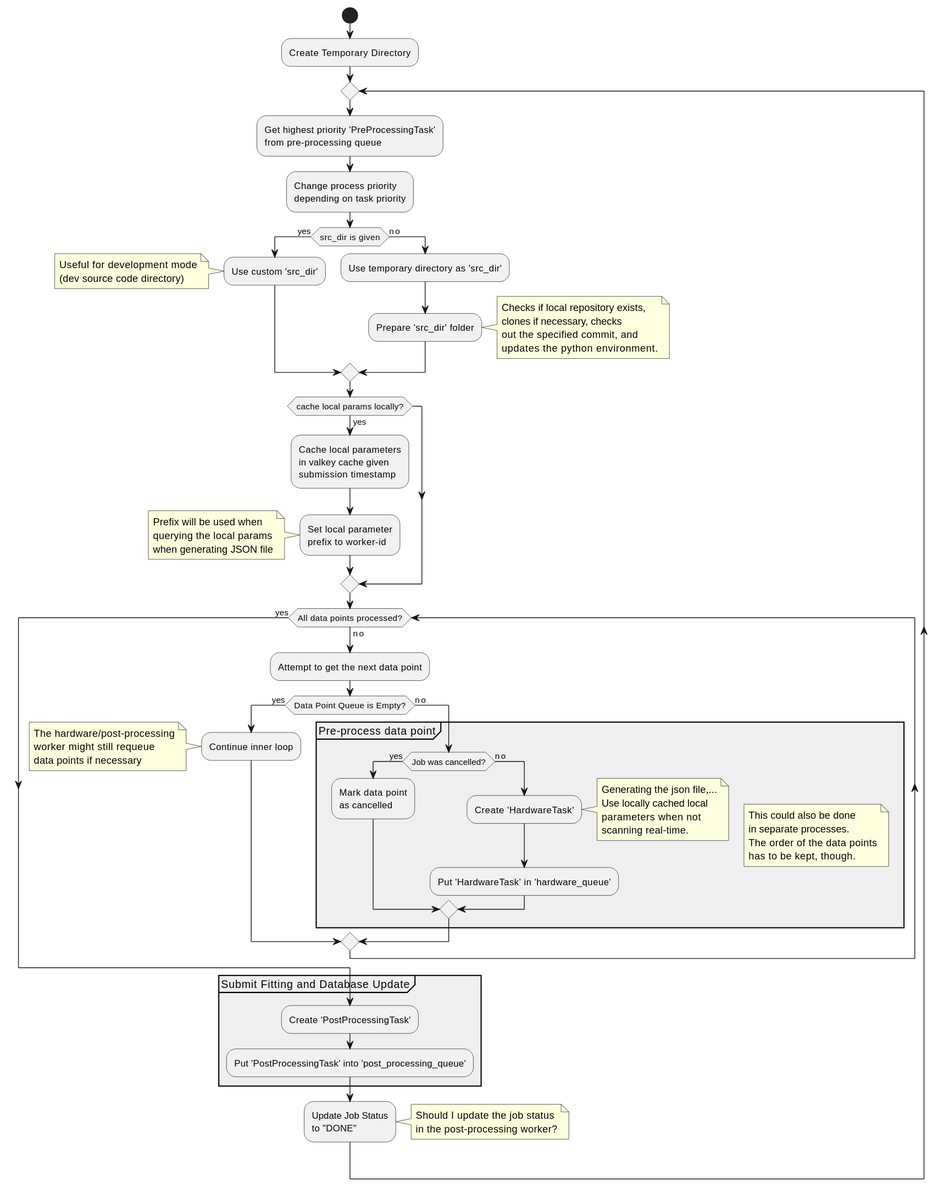
tiqi-group/icon keeps this PlantUML diagram as docs/plantuml_diagrams/pre_processing_worker.svg. Above is the earlier version.
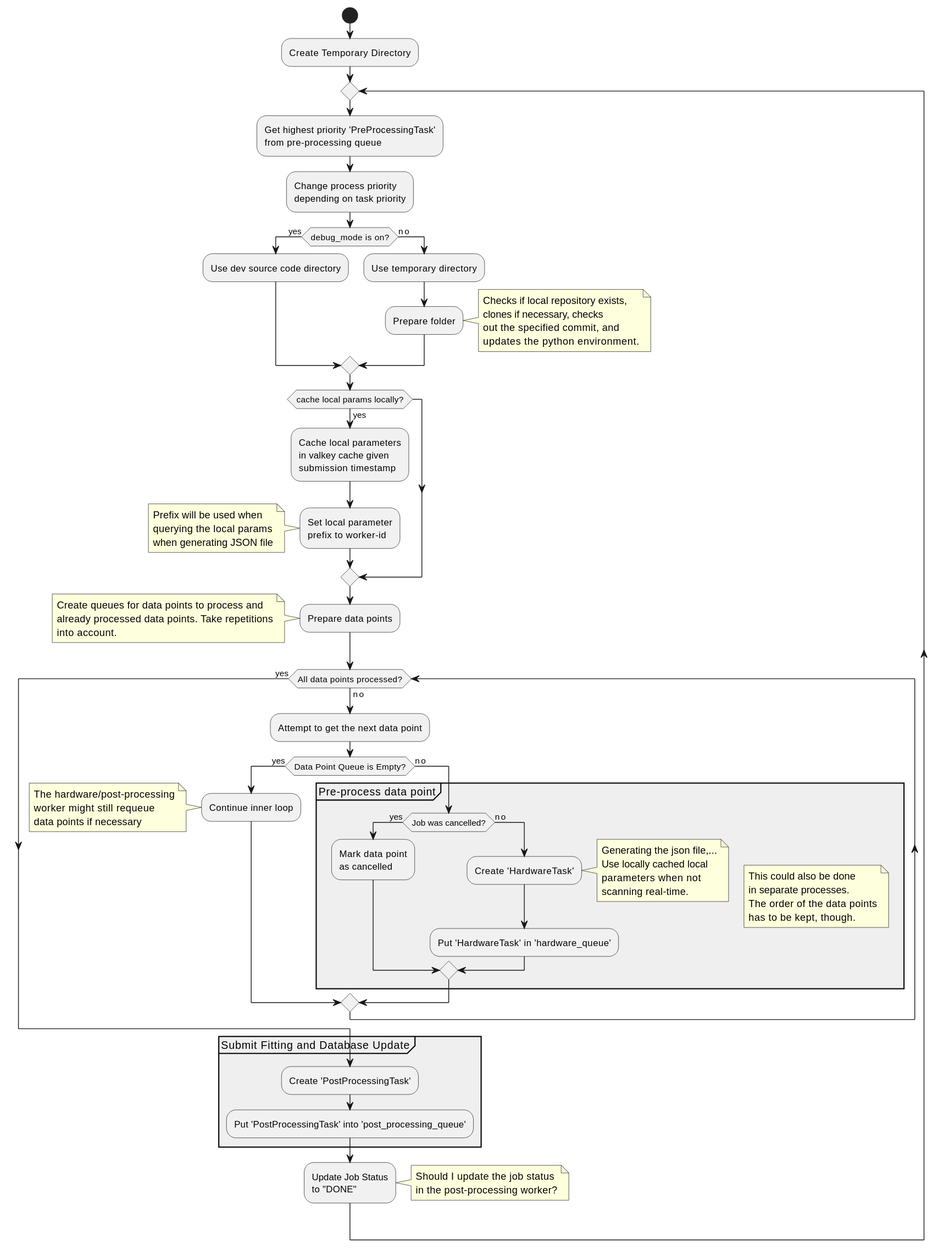
Above is the later version.

Commit message:
updates pre-processing worker diagram

Change to the diagram source:
```diff
@@ -6,15 +6,11 @@
     from pre-processing queue;
     :Change process priority
     depending on task priority;
-    if (src_dir is given) then (yes)
-        :Use custom 'src_dir';
-        note left
-            Useful for development mode
-            (dev source code directory)
-        end note
+    if (debug_mode is on?) then (yes)
+        :Use dev source code directory;
     else (no)
-        :Use temporary directory as 'src_dir';
-        :Prepare 'src_dir' folder;
+        :Use temporary directory;
+        :Prepare folder;
         note right
             Checks if local repository exists,
             clones if necessary, checks
@@ -34,6 +30,12 @@
             when generating JSON file
         end note
     endif
+    :Prepare data points;
+    note
+        Create queues for data points to process and
+        already processed data points. Take repetitions
+        into account.
+    end note
     while (All data points processed?) is (no)
         :Attempt to get the next data point;
         if (Data Point Queue is Empty?) then (yes)
```
